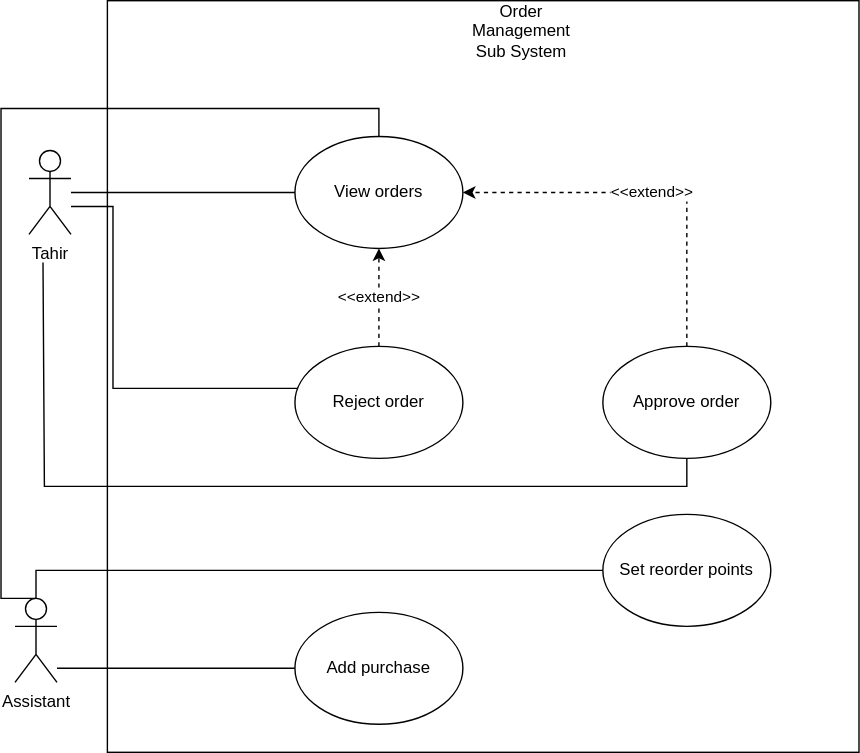
This is order.svg from Simamkele88/IFM3_GP, a draw.io export, as it was before one commit. Source tidied: cells renumbered, new cells last; positions are measured from the earlier drawing's top-left corner, leaving out a move shared by most shapes. Source of this version:
```xml
<mxGraphModel>
  <root>
    <mxCell id="0" />
    <mxCell id="1" parent="0" />
    <mxCell id="2" style="whiteSpace=wrap;html=1;" parent="1" vertex="1">
      <mxGeometry x="76" width="537" height="537" as="geometry" />
    </mxCell>
    <mxCell id="3" value="View orders" style="ellipse;whiteSpace=wrap;html=1;" parent="1" vertex="1">
      <mxGeometry x="210" y="97" width="120" height="80" as="geometry" />
    </mxCell>
    <mxCell id="4" style="edgeStyle=orthogonalEdgeStyle;rounded=0;jettySize=auto;html=1;endArrow=none;startFill=0;" parent="1" edge="1" source="6" target="12">
      <mxGeometry relative="1" as="geometry">
        <Array as="points">
          <mxPoint x="80" y="277" />
          <mxPoint x="80" y="147" />
        </Array>
      </mxGeometry>
    </mxCell>
    <mxCell id="5" value="&amp;lt;&amp;lt;extend&amp;gt;&amp;gt;" style="edgeStyle=orthogonalEdgeStyle;rounded=0;jettySize=auto;html=1;dashed=1;" parent="1" edge="1" source="6" target="3">
      <mxGeometry relative="1" as="geometry" />
    </mxCell>
    <mxCell id="6" value="Reject order" style="ellipse;whiteSpace=wrap;html=1;" parent="1" vertex="1">
      <mxGeometry x="210" y="247" width="120" height="80" as="geometry" />
    </mxCell>
    <mxCell id="7" style="edgeStyle=orthogonalEdgeStyle;rounded=0;jettySize=auto;html=1;endArrow=none;startFill=0;" parent="1" edge="1" source="9">
      <mxGeometry relative="1" as="geometry">
        <mxPoint x="30" y="187" as="targetPoint" />
        <Array as="points">
          <mxPoint x="490" y="347" />
          <mxPoint x="31" y="347" />
        </Array>
      </mxGeometry>
    </mxCell>
    <mxCell id="8" value="&amp;lt;&amp;lt;extend&amp;gt;&amp;gt;" style="edgeStyle=orthogonalEdgeStyle;rounded=0;jettySize=auto;html=1;entryX=1;entryY=0.5;entryDx=0;entryDy=0;dashed=1;" parent="1" edge="1" source="9" target="3">
      <mxGeometry relative="1" as="geometry">
        <Array as="points">
          <mxPoint x="490" y="137" />
        </Array>
      </mxGeometry>
    </mxCell>
    <mxCell id="9" value="Approve order" style="ellipse;whiteSpace=wrap;html=1;" parent="1" vertex="1">
      <mxGeometry x="430" y="247" width="120" height="80" as="geometry" />
    </mxCell>
    <mxCell id="10" value="Order Management Sub System" style="text;html=1;align=center;verticalAlign=middle;whiteSpace=wrap;rounded=0;" parent="1" vertex="1">
      <mxGeometry x="342" y="7" width="60" height="30" as="geometry" />
    </mxCell>
    <mxCell id="11" style="edgeStyle=orthogonalEdgeStyle;rounded=0;jettySize=auto;html=1;entryX=0;entryY=0.5;entryDx=0;entryDy=0;endArrow=none;startFill=0;" parent="1" edge="1" source="12" target="3">
      <mxGeometry relative="1" as="geometry" />
    </mxCell>
    <mxCell id="12" value="Tahir" style="shape=umlActor;verticalLabelPosition=bottom;verticalAlign=top;html=1;outlineConnect=0;" parent="1" vertex="1">
      <mxGeometry x="20" y="107" width="30" height="60" as="geometry" />
    </mxCell>
    <mxCell id="13" style="edgeStyle=orthogonalEdgeStyle;rounded=0;jettySize=auto;html=1;entryX=0;entryY=0.5;entryDx=0;entryDy=0;endArrow=none;startFill=0;" parent="1" edge="1" source="16" target="18">
      <mxGeometry relative="1" as="geometry">
        <Array as="points">
          <mxPoint x="25" y="407" />
        </Array>
      </mxGeometry>
    </mxCell>
    <mxCell id="14" style="edgeStyle=orthogonalEdgeStyle;rounded=0;jettySize=auto;html=1;entryX=0;entryY=0.5;entryDx=0;entryDy=0;endArrow=none;startFill=0;" parent="1" edge="1" source="16" target="17">
      <mxGeometry relative="1" as="geometry">
        <Array as="points">
          <mxPoint x="210" y="477" />
        </Array>
      </mxGeometry>
    </mxCell>
    <mxCell id="15" style="edgeStyle=orthogonalEdgeStyle;rounded=0;jettySize=auto;html=1;exitX=0.5;exitY=0;exitDx=0;exitDy=0;exitPerimeter=0;entryX=0.5;entryY=0;entryDx=0;entryDy=0;endArrow=none;startFill=0;" parent="1" edge="1" source="16" target="3">
      <mxGeometry relative="1" as="geometry">
        <Array as="points">
          <mxPoint y="427" />
          <mxPoint y="77" />
          <mxPoint x="270" y="77" />
        </Array>
      </mxGeometry>
    </mxCell>
    <mxCell id="16" value="Assistant" style="shape=umlActor;verticalLabelPosition=bottom;verticalAlign=top;html=1;outlineConnect=0;" parent="1" vertex="1">
      <mxGeometry x="10" y="427" width="30" height="60" as="geometry" />
    </mxCell>
    <mxCell id="17" value="Add purchase" style="ellipse;whiteSpace=wrap;html=1;" parent="1" vertex="1">
      <mxGeometry x="210" y="437" width="120" height="80" as="geometry" />
    </mxCell>
    <mxCell id="18" value="Set reorder points" style="ellipse;whiteSpace=wrap;html=1;" parent="1" vertex="1">
      <mxGeometry x="430" y="367" width="120" height="80" as="geometry" />
    </mxCell>
  </root>
</mxGraphModel>
```
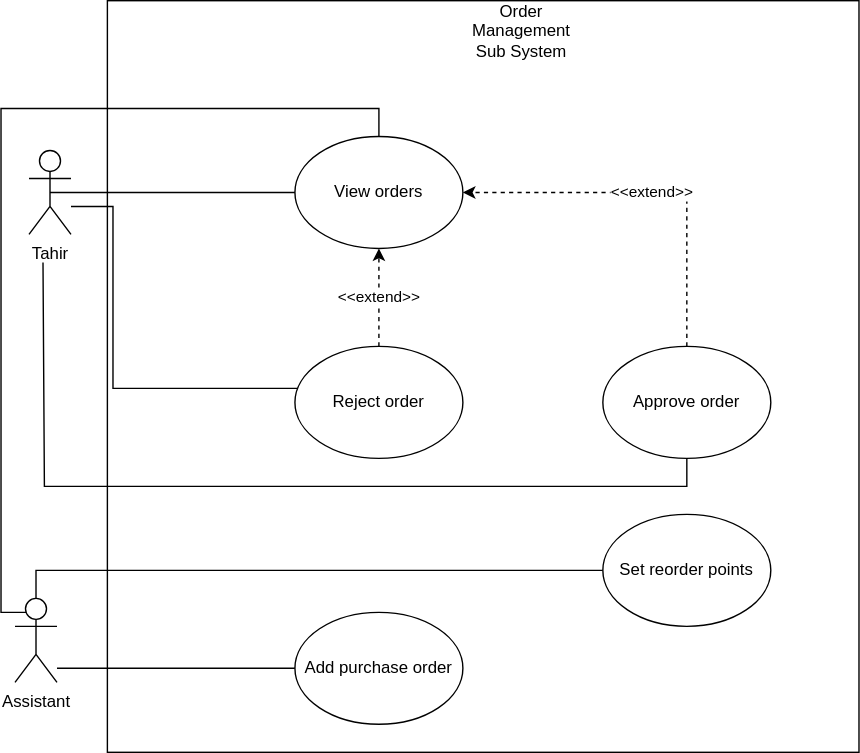
After the change.

The edit, as a diff of the source:
```diff
@@ -44,7 +44,7 @@
     <mxCell id="10" value="Order Management Sub System" style="text;html=1;align=center;verticalAlign=middle;whiteSpace=wrap;rounded=0;" parent="1" vertex="1">
       <mxGeometry x="342" y="7" width="60" height="30" as="geometry" />
     </mxCell>
-    <mxCell id="11" style="edgeStyle=orthogonalEdgeStyle;rounded=0;jettySize=auto;html=1;entryX=0;entryY=0.5;entryDx=0;entryDy=0;endArrow=none;startFill=0;" parent="1" edge="1" source="12" target="3">
+    <mxCell id="11" style="edgeStyle=orthogonalEdgeStyle;rounded=0;jettySize=auto;html=1;entryX=0;entryY=0.5;entryDx=0;entryDy=0;endArrow=none;startFill=0;exitX=0.5;exitY=0.5;exitDx=0;exitDy=0;exitPerimeter=0;" parent="1" edge="1" source="12" target="3">
       <mxGeometry relative="1" as="geometry" />
     </mxCell>
     <mxCell id="12" value="Tahir" style="shape=umlActor;verticalLabelPosition=bottom;verticalAlign=top;html=1;outlineConnect=0;" parent="1" vertex="1">
@@ -67,7 +67,8 @@
     <mxCell id="15" style="edgeStyle=orthogonalEdgeStyle;rounded=0;jettySize=auto;html=1;exitX=0.5;exitY=0;exitDx=0;exitDy=0;exitPerimeter=0;entryX=0.5;entryY=0;entryDx=0;entryDy=0;endArrow=none;startFill=0;" parent="1" edge="1" source="16" target="3">
       <mxGeometry relative="1" as="geometry">
         <Array as="points">
-          <mxPoint y="427" />
+          <mxPoint x="25" y="437" />
+          <mxPoint y="437" />
           <mxPoint y="77" />
           <mxPoint x="270" y="77" />
         </Array>
@@ -76,7 +77,7 @@
     <mxCell id="16" value="Assistant" style="shape=umlActor;verticalLabelPosition=bottom;verticalAlign=top;html=1;outlineConnect=0;" parent="1" vertex="1">
       <mxGeometry x="10" y="427" width="30" height="60" as="geometry" />
     </mxCell>
-    <mxCell id="17" value="Add purchase" style="ellipse;whiteSpace=wrap;html=1;" parent="1" vertex="1">
+    <mxCell id="17" value="Add purchase order" style="ellipse;whiteSpace=wrap;html=1;" parent="1" vertex="1">
       <mxGeometry x="210" y="437" width="120" height="80" as="geometry" />
     </mxCell>
     <mxCell id="18" value="Set reorder points" style="ellipse;whiteSpace=wrap;html=1;" parent="1" vertex="1">
```
